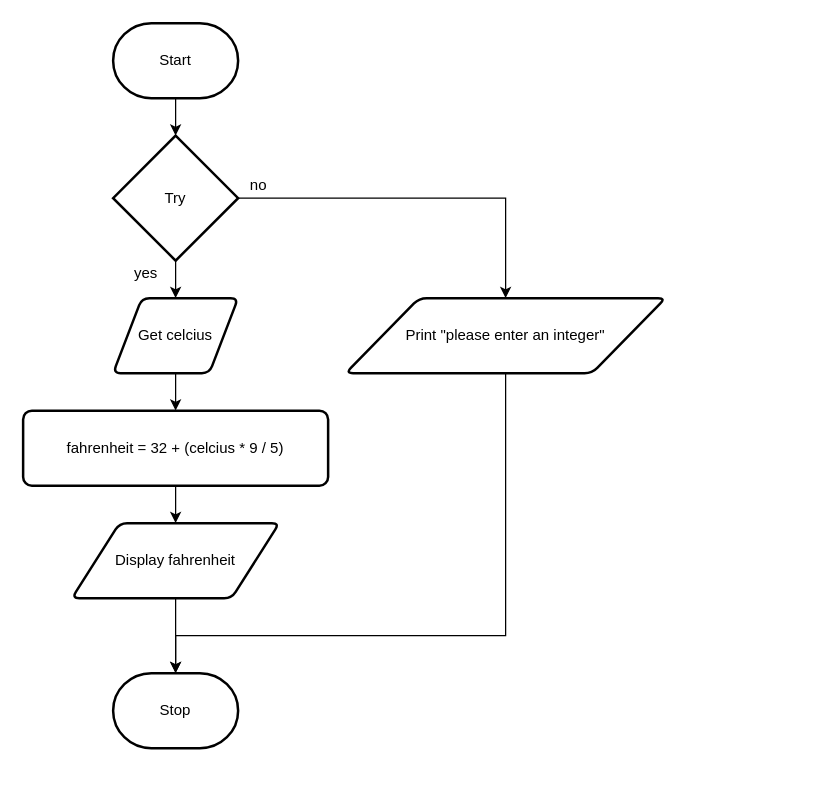
The draw.io diagram design.drawio in Samuel-Webster-178/ICS3U-Unit5-Unit5-01-Python, before the edit. Source tidied: cells renumbered, new cells numbered last; positions are measured from the earlier drawing's top-left corner, leaving out a move shared by most shapes. Both pictures are drawn from the tidied source at 125%, with x=0, y=0 at pixel (22, 22).
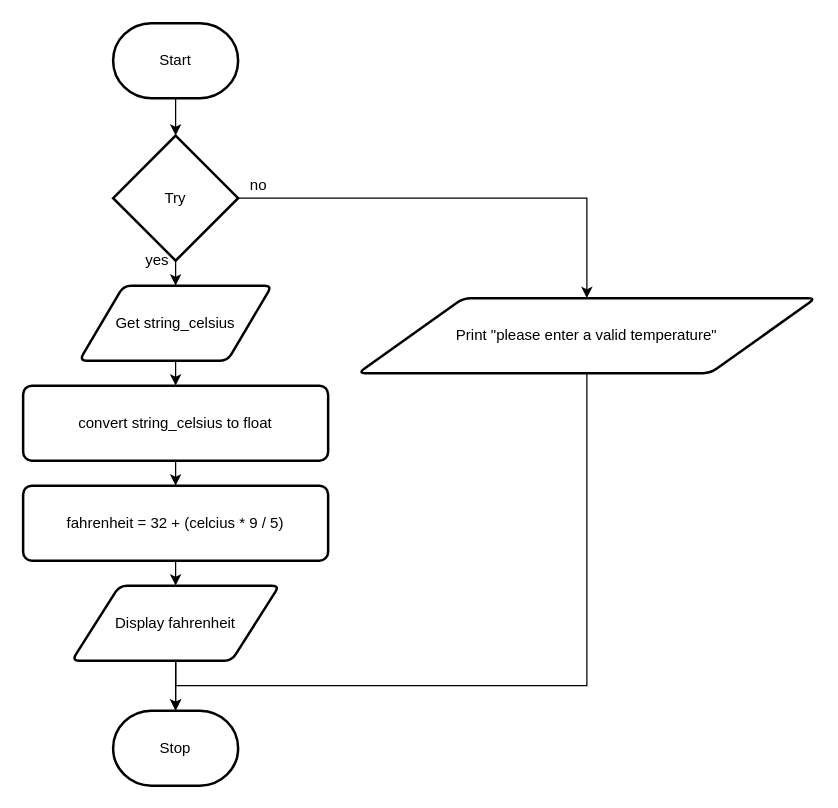
After the change.

What changed in the source:
```diff
@@
-    <mxCell id="5" value="Get celcius" style="shape=parallelogram;html=1;strokeWidth=2;perimeter=parallelogramPerimeter;whiteSpace=wrap;rounded=1;arcSize=12;size=0.23;" parent="1" vertex="1">
-      <mxGeometry x="72" y="220" width="100" height="60" as="geometry" />
+    <mxCell id="5" value="Get string_celsius" style="shape=parallelogram;html=1;strokeWidth=2;perimeter=parallelogramPerimeter;whiteSpace=wrap;rounded=1;arcSize=12;size=0.23;" parent="1" vertex="1">
+      <mxGeometry x="45" y="210" width="154" height="60" as="geometry" />
     </mxCell>
-    <mxCell id="6" style="edgeStyle=none;html=1;" parent="1" edge="1" source="7" target="9">
-      <mxGeometry relative="1" as="geometry" />
-    </mxCell>
+    <mxCell id="18" style="edgeStyle=none;html=1;entryX=0.5;entryY=0;entryDx=0;entryDy=0;" parent="1" edge="1" source="7" target="20">
+      <mxGeometry relative="1" as="geometry" />
+    </mxCell>
-    <mxCell id="7" value="fahrenheit = 32 + (celcius * 9 / 5)" style="rounded=1;whiteSpace=wrap;html=1;absoluteArcSize=1;arcSize=14;strokeWidth=2;" parent="1" vertex="1">
-      <mxGeometry y="310" width="244" height="60" as="geometry" />
+    <mxCell id="7" value="convert string_celsius to float" style="rounded=1;whiteSpace=wrap;html=1;absoluteArcSize=1;arcSize=14;strokeWidth=2;" parent="1" vertex="1">
+      <mxGeometry y="290" width="244" height="60" as="geometry" />
     </mxCell>
@@
-    <mxCell id="9" value="Display fahrenheit" style="shape=parallelogram;html=1;strokeWidth=2;perimeter=parallelogramPerimeter;whiteSpace=wrap;rounded=1;arcSize=12;size=0.23;" parent="1" vertex="1">
-      <mxGeometry x="39" y="400" width="166" height="60" as="geometry" />
-    </mxCell>
     <mxCell id="10" value="Stop" style="strokeWidth=2;html=1;shape=mxgraph.flowchart.terminator;whiteSpace=wrap;" parent="1" vertex="1">
-      <mxGeometry x="72" y="520" width="100" height="60" as="geometry" />
+      <mxGeometry x="72" y="550" width="100" height="60" as="geometry" />
     </mxCell>
@@
-    <mxCell id="14" style="edgeStyle=orthogonalEdgeStyle;rounded=0;html=1;" parent="1" edge="1" source="15" target="10">
+    <mxCell id="14" style="edgeStyle=orthogonalEdgeStyle;rounded=0;html=1;startArrow=none;" parent="1" edge="1" source="9" target="10">
       <mxGeometry relative="1" as="geometry">
         <Array as="points">
-          <mxPoint x="386" y="490" />
           <mxPoint x="122" y="490" />
         </Array>
       </mxGeometry>
     </mxCell>
-    <mxCell id="15" value="Print &quot;please enter an integer&quot;" style="shape=parallelogram;html=1;strokeWidth=2;perimeter=parallelogramPerimeter;whiteSpace=wrap;rounded=1;arcSize=12;size=0.23;" parent="1" vertex="1">
-      <mxGeometry x="258" y="220" width="256" height="60" as="geometry" />
+    <mxCell id="15" value="Print &quot;please enter a valid temperature&quot;" style="shape=parallelogram;html=1;strokeWidth=2;perimeter=parallelogramPerimeter;whiteSpace=wrap;rounded=1;arcSize=12;size=0.23;" parent="1" vertex="1">
+      <mxGeometry x="268" y="220" width="366" height="60" as="geometry" />
     </mxCell>
     <mxCell id="16" value="yes" style="text;html=1;align=center;verticalAlign=middle;strokeColor=none;fillColor=none;" parent="1" vertex="1">
-      <mxGeometry x="83" y="190" width="30" height="20" as="geometry" />
+      <mxGeometry x="92" y="180" width="30" height="20" as="geometry" />
     </mxCell>
@@
+    <mxCell id="19" style="edgeStyle=none;html=1;entryX=0.5;entryY=0;entryDx=0;entryDy=0;" parent="1" edge="1" source="20" target="9">
+      <mxGeometry relative="1" as="geometry" />
+    </mxCell>
+    <mxCell id="20" value="fahrenheit = 32 + (celcius * 9 / 5)" style="rounded=1;whiteSpace=wrap;html=1;absoluteArcSize=1;arcSize=14;strokeWidth=2;" parent="1" vertex="1">
+      <mxGeometry y="370" width="244" height="60" as="geometry" />
+    </mxCell>
+    <mxCell id="9" value="Display fahrenheit" style="shape=parallelogram;html=1;strokeWidth=2;perimeter=parallelogramPerimeter;whiteSpace=wrap;rounded=1;arcSize=12;size=0.23;" parent="1" vertex="1">
+      <mxGeometry x="39" y="450" width="166" height="60" as="geometry" />
+    </mxCell>
+    <mxCell id="21" style="edgeStyle=orthogonalEdgeStyle;rounded=0;html=1;endArrow=none;" parent="1" edge="1" source="15" target="9">
+      <mxGeometry relative="1" as="geometry">
+        <Array as="points">
+          <mxPoint x="451" y="530" />
+          <mxPoint x="122" y="530" />
+        </Array>
+      </mxGeometry>
+    </mxCell>
```
